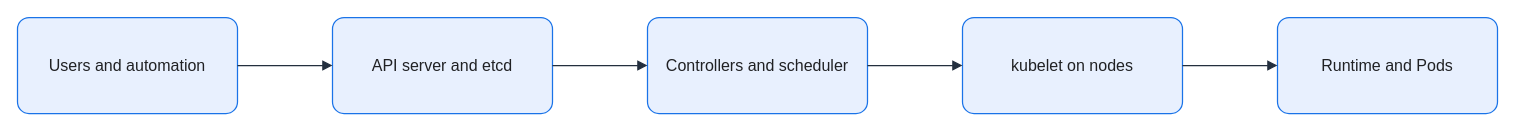
This is assets/img/kubernetes/kubernetes-control-plane-flow.drawio from KKamJi98/kkamji98.github.io, a draw.io file, before an edit. Source tidied: cells renumbered, new cells numbered last; positions are measured from the earlier drawing's top-left corner, leaving out a move shared by most shapes. Both pictures are drawn from the tidied source at 100%, with x=0, y=0 at pixel (17, 17).
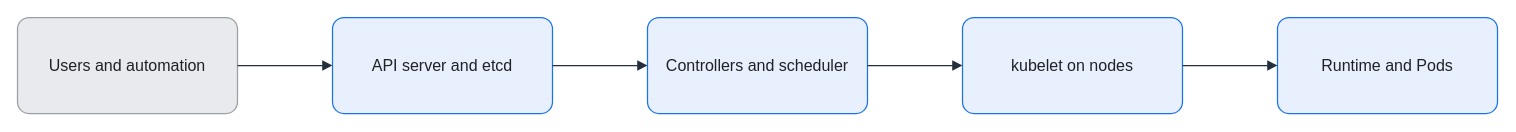
Above is the later version.

What changed in the source:
```diff
@@
 <mxGraphModel background="#FFFFFF">
   <root>
     <mxCell id="0" />
     <mxCell id="1" parent="0" />
-    <mxCell id="2" value="Users and automation" style="rounded=1;arcSize=12;whiteSpace=wrap;html=0;fillColor=#E8F0FE;strokeColor=#1A73E8;strokeWidth=1.25;fontColor=#202124;fontSize=16;align=center;verticalAlign=middle;spacing=8;shadow=0;" parent="1" vertex="1">
+    <mxCell id="2" value="Users and automation" style="rounded=1;arcSize=12;whiteSpace=wrap;html=0;fillColor=#E8EAED;strokeColor=#9AA0A6;strokeWidth=1.25;fontColor=#202124;fontSize=16;align=center;verticalAlign=middle;spacing=8;shadow=0;" parent="1" vertex="1">
       <mxGeometry width="220" height="96" as="geometry" />
     </mxCell>
     <mxCell id="3" value="API server and etcd" style="rounded=1;arcSize=12;whiteSpace=wrap;html=0;fillColor=#E8F0FE;strokeColor=#1A73E8;strokeWidth=1.25;fontColor=#202124;fontSize=16;align=center;verticalAlign=middle;spacing=8;shadow=0;" parent="1" vertex="1">
       <mxGeometry x="315" width="220" height="96" as="geometry" />
     </mxCell>
     <mxCell id="4" value="Controllers and scheduler" style="rounded=1;arcSize=12;whiteSpace=wrap;html=0;fillColor=#E8F0FE;strokeColor=#1A73E8;strokeWidth=1.25;fontColor=#202124;fontSize=16;align=center;verticalAlign=middle;spacing=8;shadow=0;" parent="1" vertex="1">
       <mxGeometry x="630" width="220" height="96" as="geometry" />
     </mxCell>
     <mxCell id="5" value="kubelet on nodes" style="rounded=1;arcSize=12;whiteSpace=wrap;html=0;fillColor=#E8F0FE;strokeColor=#1A73E8;strokeWidth=1.25;fontColor=#202124;fontSize=16;align=center;verticalAlign=middle;spacing=8;shadow=0;" parent="1" vertex="1">
       <mxGeometry x="945" width="220" height="96" as="geometry" />
     </mxCell>
     <mxCell id="6" value="Runtime and Pods" style="rounded=1;arcSize=12;whiteSpace=wrap;html=0;fillColor=#E8F0FE;strokeColor=#1A73E8;strokeWidth=1.25;fontColor=#202124;fontSize=16;align=center;verticalAlign=middle;spacing=8;shadow=0;" parent="1" vertex="1">
       <mxGeometry x="1260" width="220" height="96" as="geometry" />
     </mxCell>
     <mxCell id="7" style="edgeStyle=orthogonalEdgeStyle;rounded=0;jettySize=auto;html=0;endArrow=block;endFill=1;strokeColor=#232F3E;strokeWidth=1.25;fontColor=#202124;labelBackgroundColor=none;exitX=1;exitY=0.5;exitDx=0;exitDy=0;entryX=0;entryY=0.5;entryDx=0;entryDy=0;endSize=7;" parent="1" edge="1" source="2" target="3">
       <mxGeometry relative="1" as="geometry" />
     </mxCell>
     <mxCell id="8" style="edgeStyle=orthogonalEdgeStyle;rounded=0;jettySize=auto;html=0;endArrow=block;endFill=1;strokeColor=#232F3E;strokeWidth=1.25;fontColor=#202124;labelBackgroundColor=none;exitX=1;exitY=0.5;exitDx=0;exitDy=0;entryX=0;entryY=0.5;entryDx=0;entryDy=0;endSize=7;" parent="1" edge="1" source="3" target="4">
       <mxGeometry relative="1" as="geometry" />
     </mxCell>
     <mxCell id="9" style="edgeStyle=orthogonalEdgeStyle;rounded=0;jettySize=auto;html=0;endArrow=block;endFill=1;strokeColor=#232F3E;strokeWidth=1.25;fontColor=#202124;labelBackgroundColor=none;exitX=1;exitY=0.5;exitDx=0;exitDy=0;entryX=0;entryY=0.5;entryDx=0;entryDy=0;endSize=7;" parent="1" edge="1" source="4" target="5">
       <mxGeometry relative="1" as="geometry" />
     </mxCell>
     <mxCell id="10" style="edgeStyle=orthogonalEdgeStyle;rounded=0;jettySize=auto;html=0;endArrow=block;endFill=1;strokeColor=#232F3E;strokeWidth=1.25;fontColor=#202124;labelBackgroundColor=none;exitX=1;exitY=0.5;exitDx=0;exitDy=0;entryX=0;entryY=0.5;entryDx=0;entryDy=0;endSize=7;" parent="1" edge="1" source="5" target="6">
       <mxGeometry relative="1" as="geometry" />
     </mxCell>
   </root>
 </mxGraphModel>
```
